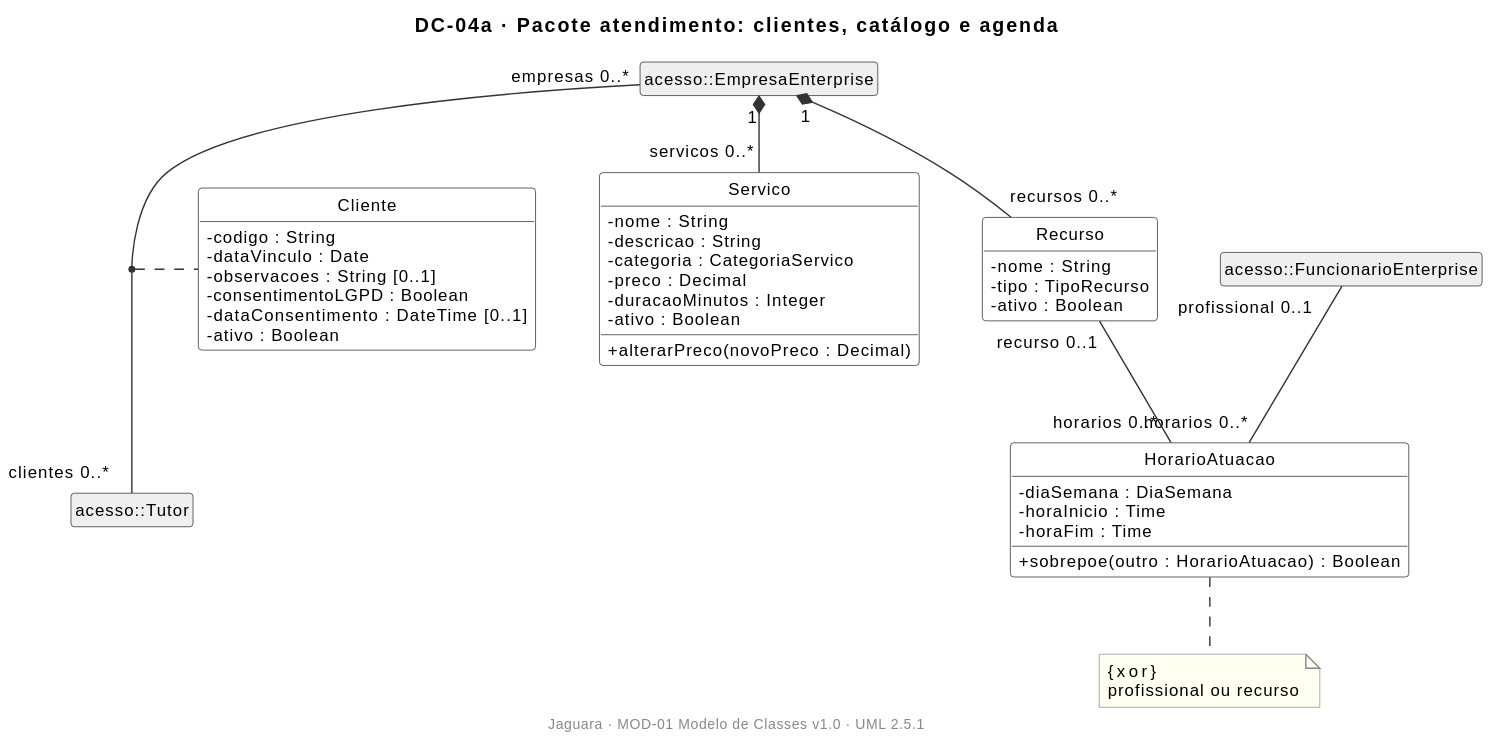
Earlier version of the PlantUML export docs/04-modelagem/diagrama-de-classes/img/DC-04a-catalogo-e-agenda.svg (JaguaraPet/Jaguara_doc).
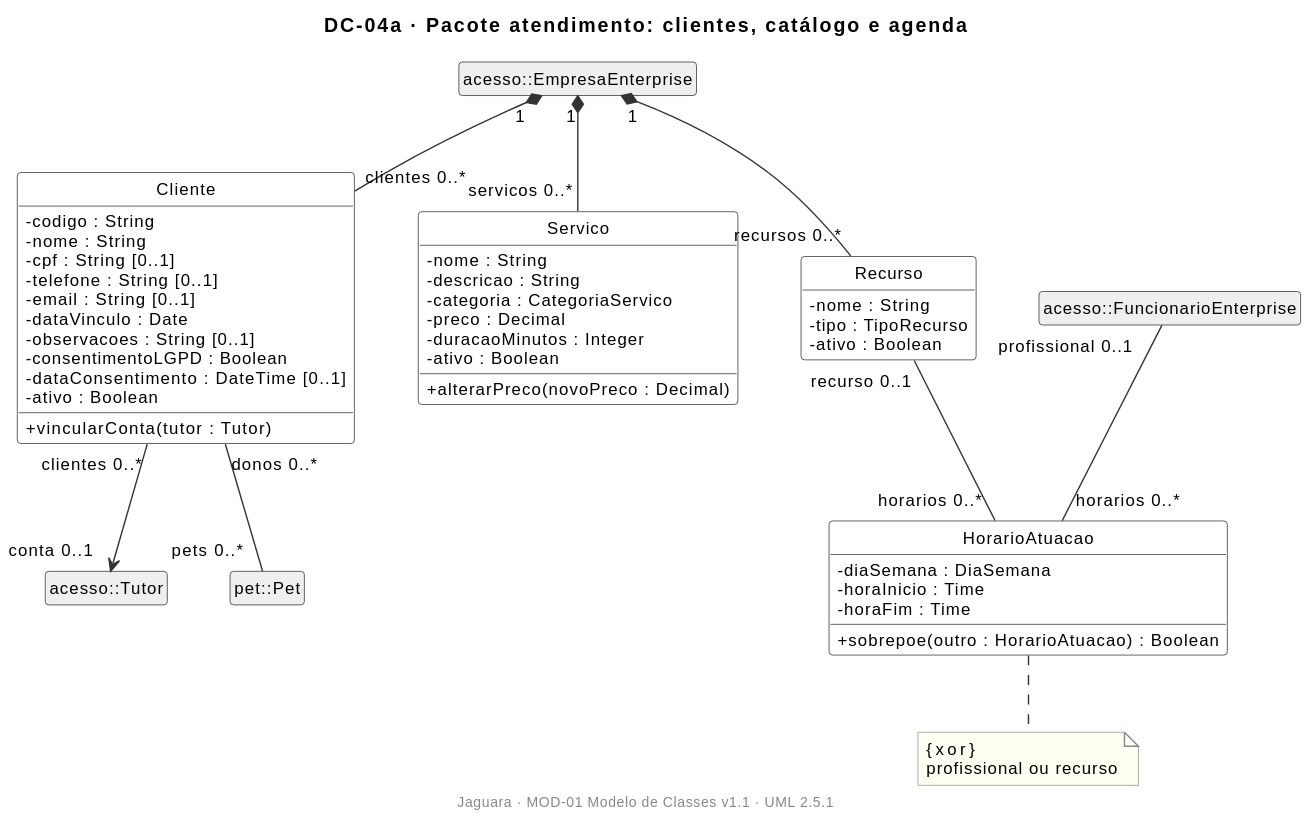
The same diagram one commit later.

What changed in the source:
```diff
@@ -5,14 +5,20 @@
 class "acesso::Tutor" as Tutor #EFEFEF
 class "acesso::EmpresaEnterprise" as EmpresaEnterprise #EFEFEF
 class "acesso::FuncionarioEnterprise" as FuncionarioEnterprise #EFEFEF
+class "pet::Pet" as Pet #EFEFEF
 
 class Cliente {
   - codigo : String
+  - nome : String
+  - cpf : String [0..1]
+  - telefone : String [0..1]
+  - email : String [0..1]
   - dataVinculo : Date
   - observacoes : String [0..1]
   - consentimentoLGPD : Boolean
   - dataConsentimento : DateTime [0..1]
   - ativo : Boolean
+  + vincularConta(tutor : Tutor)
 }
 
 class Servico {
@@ -38,8 +44,9 @@
   + sobrepoe(outro : HorarioAtuacao) : Boolean
 }
 
-EmpresaEnterprise "empresas 0..*" -- "clientes 0..*" Tutor
-(EmpresaEnterprise, Tutor) .. Cliente
+EmpresaEnterprise "1" *-- "clientes 0..*" Cliente
+Cliente "clientes 0..*" --> "conta 0..1" Tutor
+Cliente "donos 0..*" -- "pets 0..*" Pet
 
 EmpresaEnterprise "1" *-- "servicos 0..*" Servico
 EmpresaEnterprise "1" *-- "recursos 0..*" Recurso
```
